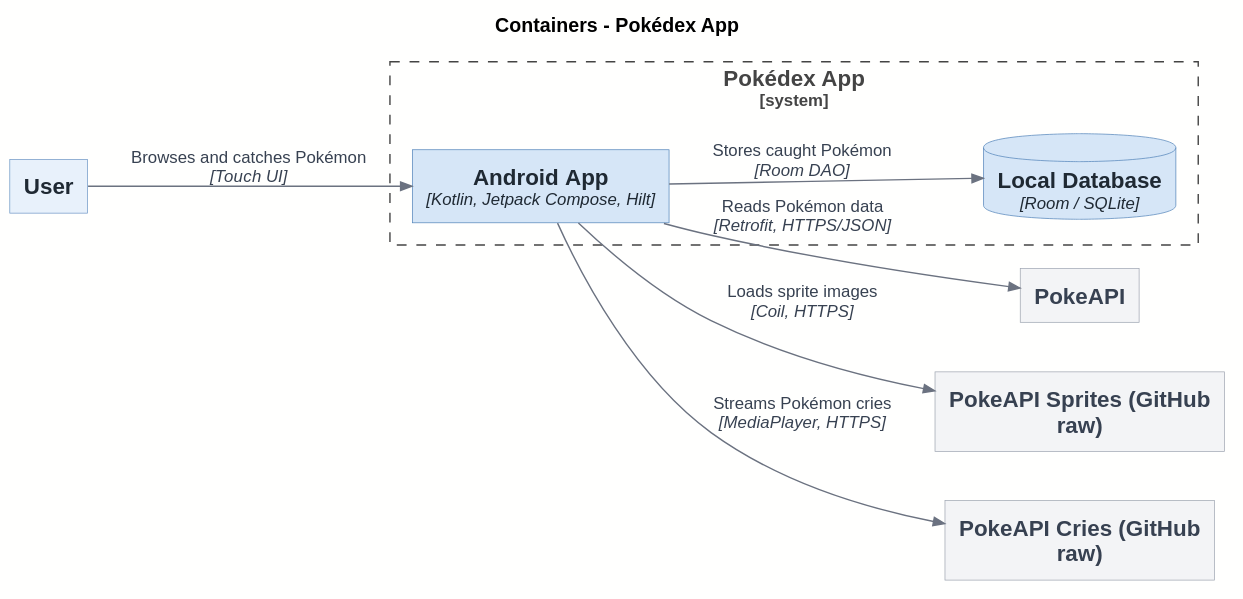
Earlier version of the PlantUML export docs/architecture/out/02-containers.svg (rodrigo4sousa/Pokedex). Source of this version:
```plantuml
@startuml
!include <C4/C4_Container>
!include ../style.puml

LAYOUT_LEFT_RIGHT()

title Containers - Pokédex App

Person(user, "User")

System_Boundary(pokedexApp, "Pokédex App") {
    Container(androidApp, "Android App", "Kotlin, Jetpack Compose, Hilt")
    ContainerDb(localDb, "Local Database", "Room / SQLite")
}

System_Ext(pokeApi, "PokeAPI")
System_Ext(spritesHost, "PokeAPI Sprites (GitHub raw)")
System_Ext(criesHost, "PokeAPI Cries (GitHub raw)")

Rel(user, androidApp, $plain("Browses and catches Pokémon"), "Touch UI")
Rel(androidApp, pokeApi, $plain("Reads Pokémon data"), "Retrofit, HTTPS/JSON")
Rel(androidApp, spritesHost, $plain("Loads sprite images"), "Coil, HTTPS")
Rel(androidApp, criesHost, $plain("Streams Pokémon cries"), "MediaPlayer, HTTPS")
Rel(androidApp, localDb, $plain("Stores caught Pokémon"), "Room DAO")
@enduml
```
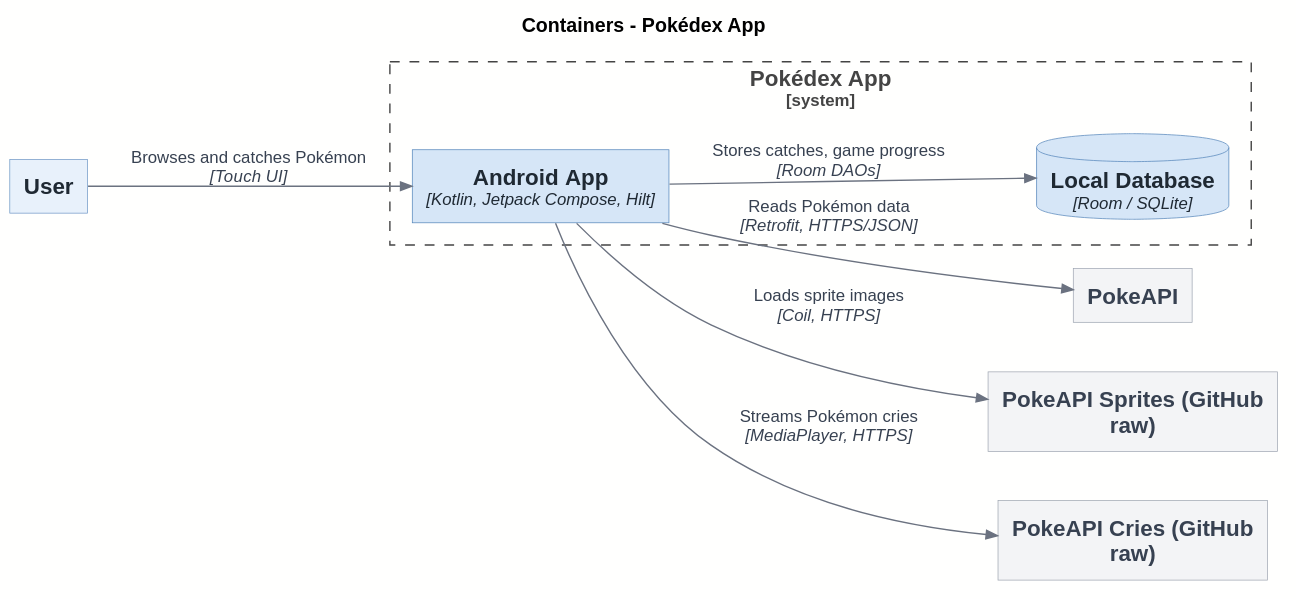
The same file after the commit.

What changed in the source:
```diff
@@ -21,5 +21,5 @@
 Rel(androidApp, pokeApi, $plain("Reads Pokémon data"), "Retrofit, HTTPS/JSON")
 Rel(androidApp, spritesHost, $plain("Loads sprite images"), "Coil, HTTPS")
 Rel(androidApp, criesHost, $plain("Streams Pokémon cries"), "MediaPlayer, HTTPS")
-Rel(androidApp, localDb, $plain("Stores caught Pokémon"), "Room DAO")
+Rel(androidApp, localDb, $plain("Stores catches, game progress"), "Room DAOs")
 @enduml
```
